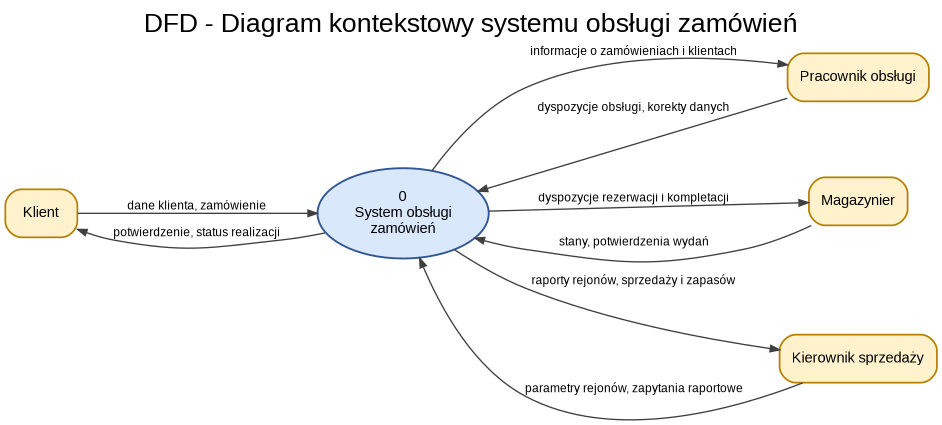
The Graphviz diagram inzynieria/cwiczenie_6_diagramy/dfd_01_kontekstowy.png in kubatrojanowski538-create/prz, before a commit. Its source is kept beside it as inzynieria/cwiczenie_6_diagramy/dfd_01_kontekstowy.dot.
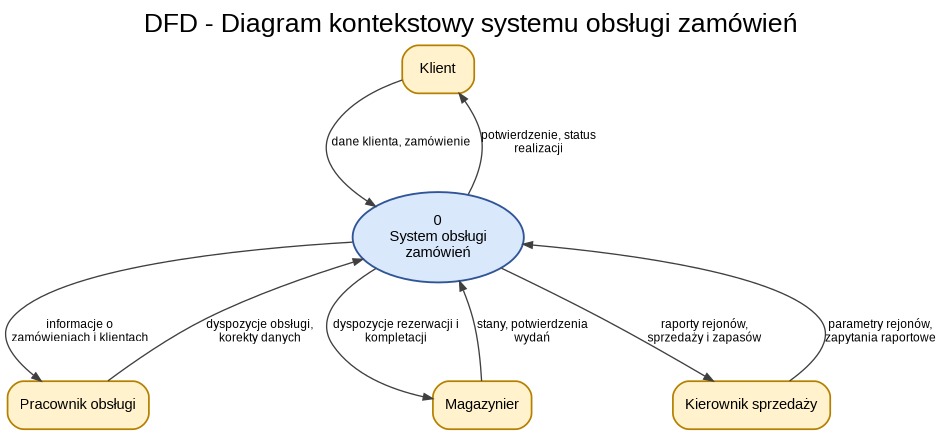
After the commit.

Change to the diagram source:
```diff
@@ -1,6 +1,6 @@
 digraph G {
   graph [
-    rankdir=LR,
+    rankdir=TB,
     splines=true,
     nodesep=0.55,
     ranksep=0.75,
@@ -22,11 +22,11 @@
   node [shape=ellipse, style="filled", fillcolor="#dae8fc", color="#2f5597", penwidth=1.4];
   system [label="0\nSystem obsługi\nzamówień"];
   klient -> system [label="dane klienta, zamówienie"];
-  system -> klient [label="potwierdzenie, status realizacji"];
-  pracownik -> system [label="dyspozycje obsługi, korekty danych"];
-  system -> pracownik [label="informacje o zamówieniach i klientach"];
-  magazynier -> system [label="stany, potwierdzenia wydań"];
-  system -> magazynier [label="dyspozycje rezerwacji i kompletacji"];
-  kierownik -> system [label="parametry rejonów, zapytania raportowe"];
-  system -> kierownik [label="raporty rejonów, sprzedaży i zapasów"];
+  system -> klient [label="potwierdzenie, status\nrealizacji"];
+  pracownik -> system [label="dyspozycje obsługi,\nkorekty danych"];
+  system -> pracownik [label="informacje o\nzamówieniach i klientach"];
+  magazynier -> system [label="stany, potwierdzenia\nwydań"];
+  system -> magazynier [label="dyspozycje rezerwacji i\nkompletacji"];
+  kierownik -> system [label="parametry rejonów,\nzapytania raportowe"];
+  system -> kierownik [label="raporty rejonów,\nsprzedaży i zapasów"];
 }
```
